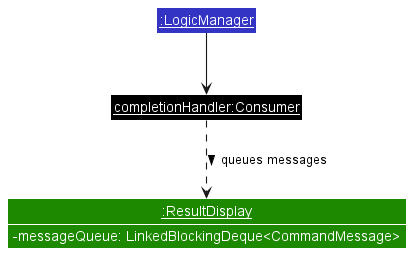
nus-cs2103-AY2223S2/tp keeps this PlantUML diagram as docs/images/UiResultDisplayObjectDiagram.png. Above is the earlier version. Source of this version:
```plantuml
@startuml UiResultDisplayObjectDiagram
!include style.puml

skinparam RoundCorner 0
skinparam arrowThickness 1.1

Class "<u>:ResultDisplay</u>" as ResultDisplay UI_COLOR {
    -messageQueue: LinkedBlockingDeque<CommandMessage>
}
show ResultDisplay fields

Class "<u>:LogicManager</u>" as LogicManager LOGIC_COLOR
Class "<u>completionHandler:Consumer</u>" as Consumer #000000

LogicManager -down-> Consumer
Consumer .down.> ResultDisplay : queues messages >

@enduml
```
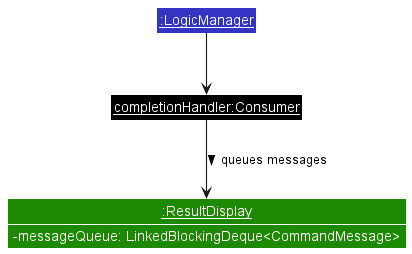
After the commit.

The edit, as a diff of the source:
```diff
@@ -13,6 +13,6 @@
 Class "<u>completionHandler:Consumer</u>" as Consumer #000000
 
 LogicManager -down-> Consumer
-Consumer .down.> ResultDisplay : queues messages >
+Consumer -down-> ResultDisplay : queues messages >
 
 @enduml
```
